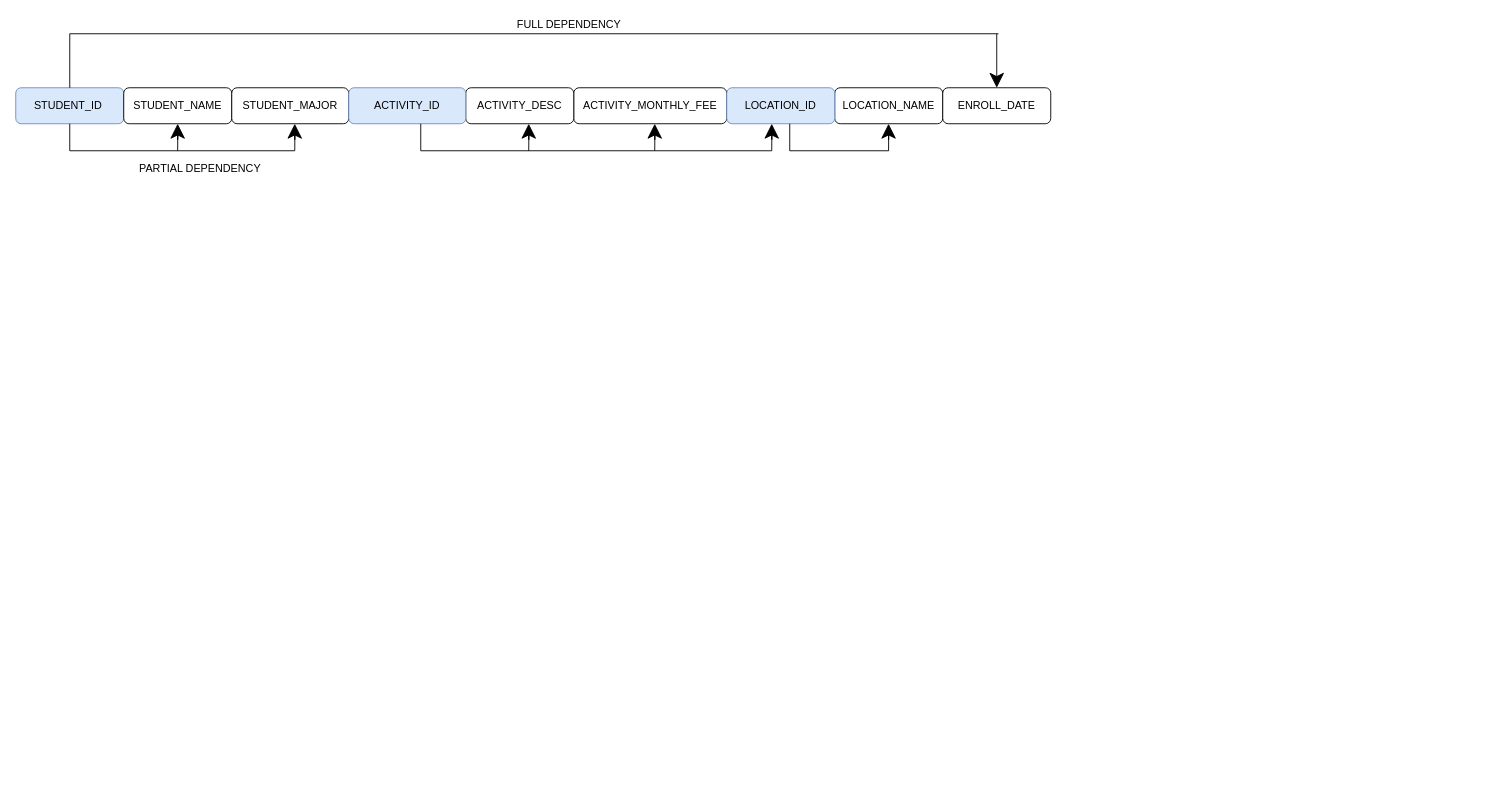
Before: Untitled Diagram.drawio in nurezzajeslin/Exercise-1, a draw.io diagram. Source tidied: cells renumbered, new cells numbered last; positions are measured from the earlier drawing's top-left corner, leaving out a move shared by most shapes. Both pictures are drawn from the tidied source at 90%, with x=0, y=0 at pixel (15, 15).
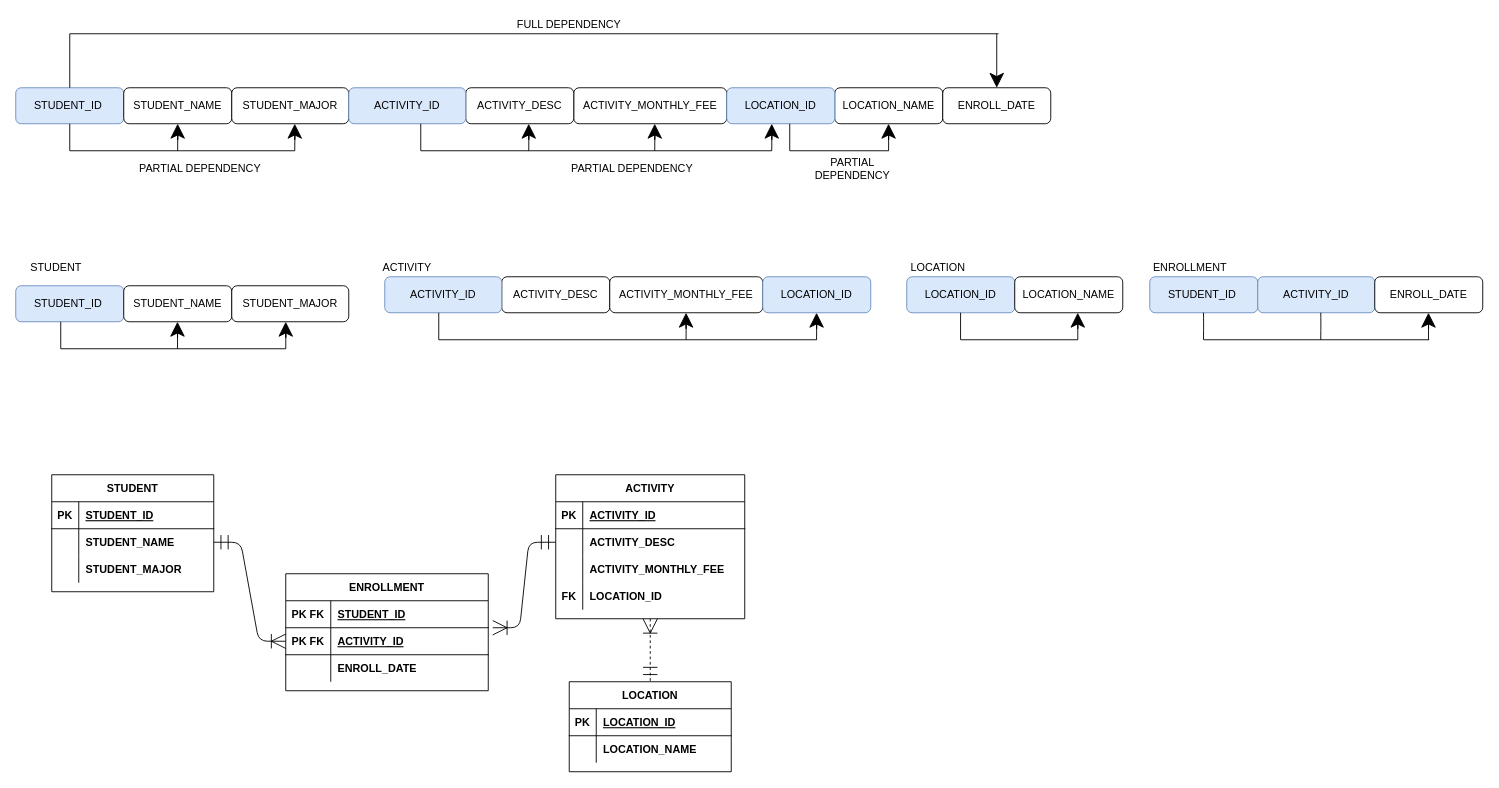
Above is the later version.

Diff of the diagram source:
```diff
@@
+    <mxCell id="28" value="PARTIAL DEPENDENCY" style="text;html=1;strokeColor=none;fillColor=none;align=center;verticalAlign=middle;whiteSpace=wrap;rounded=0;hachureGap=4;" parent="1" vertex="1">
+      <mxGeometry x="610" y="160" width="150" height="20" as="geometry" />
+    </mxCell>
+    <mxCell id="29" value="PARTIAL DEPENDENCY" style="text;html=1;strokeColor=none;fillColor=none;align=center;verticalAlign=middle;whiteSpace=wrap;rounded=0;hachureGap=4;" parent="1" vertex="1">
+      <mxGeometry x="870" y="160" width="120" height="20" as="geometry" />
+    </mxCell>
+    <mxCell id="30" value="STUDENT_ID&lt;span style=&quot;white-space: pre&quot;&gt; &lt;/span&gt;" style="rounded=1;whiteSpace=wrap;html=1;hachureGap=4;fillColor=#dae8fc;strokeColor=#6c8ebf;" parent="1" vertex="1">
+      <mxGeometry y="300" width="120" height="40" as="geometry" />
+    </mxCell>
+    <mxCell id="31" value="STUDENT_NAME" style="rounded=1;whiteSpace=wrap;html=1;hachureGap=4;" parent="1" vertex="1">
+      <mxGeometry x="120" y="300" width="120" height="40" as="geometry" />
+    </mxCell>
+    <mxCell id="32" value="STUDENT_MAJOR" style="rounded=1;whiteSpace=wrap;html=1;hachureGap=4;" parent="1" vertex="1">
+      <mxGeometry x="240" y="300" width="130" height="40" as="geometry" />
+    </mxCell>
+    <mxCell id="33" value="STUDENT" style="text;html=1;strokeColor=none;fillColor=none;align=center;verticalAlign=middle;whiteSpace=wrap;rounded=0;hachureGap=4;" parent="1" vertex="1">
+      <mxGeometry x="10" y="270" width="70" height="20" as="geometry" />
+    </mxCell>
+    <mxCell id="34" style="endArrow=none;html=1;startSize=14;endSize=14;sourcePerimeterSpacing=8;targetPerimeterSpacing=8;" parent="1" edge="1">
+      <mxGeometry relative="1" as="geometry">
+        <mxPoint x="50" y="370" as="sourcePoint" />
+        <mxPoint x="50" y="340" as="targetPoint" />
+      </mxGeometry>
+    </mxCell>
+    <mxCell id="35" style="endArrow=none;html=1;startSize=14;endSize=14;sourcePerimeterSpacing=8;targetPerimeterSpacing=8;" parent="1" edge="1">
+      <mxGeometry relative="1" as="geometry">
+        <mxPoint x="50" y="370" as="sourcePoint" />
+        <mxPoint x="300" y="370" as="targetPoint" />
+      </mxGeometry>
+    </mxCell>
+    <mxCell id="36" style="endArrow=classic;html=1;startSize=14;endSize=14;sourcePerimeterSpacing=8;targetPerimeterSpacing=8;" parent="1" edge="1">
+      <mxGeometry relative="1" as="geometry">
+        <mxPoint x="179.7" y="370" as="sourcePoint" />
+        <mxPoint x="179.7" y="340" as="targetPoint" />
+        <Array as="points">
+          <mxPoint x="179.9" y="340" />
+          <mxPoint x="179.7" y="360" />
+        </Array>
+      </mxGeometry>
+    </mxCell>
+    <mxCell id="37" style="endArrow=classic;html=1;startSize=14;endSize=14;sourcePerimeterSpacing=8;targetPerimeterSpacing=8;" parent="1" edge="1">
+      <mxGeometry relative="1" as="geometry">
+        <mxPoint x="300" y="370" as="sourcePoint" />
+        <mxPoint x="300" y="340" as="targetPoint" />
+        <Array as="points">
+          <mxPoint x="300.2" y="340" />
+          <mxPoint x="300" y="360" />
+        </Array>
+      </mxGeometry>
+    </mxCell>
+    <mxCell id="38" value="ACTIVITY" style="text;html=1;strokeColor=none;fillColor=none;align=center;verticalAlign=middle;whiteSpace=wrap;rounded=0;hachureGap=4;" parent="1" vertex="1">
+      <mxGeometry x="400" y="270" width="70" height="20" as="geometry" />
+    </mxCell>
+    <mxCell id="39" value="ACTIVITY_DESC" style="rounded=1;whiteSpace=wrap;html=1;hachureGap=4;" parent="1" vertex="1">
+      <mxGeometry x="540" y="290" width="120" height="40" as="geometry" />
+    </mxCell>
+    <mxCell id="40" value="ACTIVITY_ID" style="rounded=1;whiteSpace=wrap;html=1;hachureGap=4;fillColor=#dae8fc;strokeColor=#6c8ebf;" parent="1" vertex="1">
+      <mxGeometry x="410" y="290" width="130" height="40" as="geometry" />
+    </mxCell>
+    <mxCell id="41" value="ACTIVITY_MONTHLY_FEE" style="rounded=1;whiteSpace=wrap;html=1;hachureGap=4;" parent="1" vertex="1">
+      <mxGeometry x="660" y="290" width="170" height="40" as="geometry" />
+    </mxCell>
+    <mxCell id="42" value="LOCATION_ID" style="rounded=1;whiteSpace=wrap;html=1;hachureGap=4;fillColor=#dae8fc;strokeColor=#6c8ebf;" parent="1" vertex="1">
+      <mxGeometry x="830" y="290" width="120" height="40" as="geometry" />
+    </mxCell>
+    <mxCell id="43" style="endArrow=none;html=1;startSize=14;endSize=14;sourcePerimeterSpacing=8;targetPerimeterSpacing=8;" parent="1" edge="1">
+      <mxGeometry relative="1" as="geometry">
+        <mxPoint x="470" y="360" as="sourcePoint" />
+        <mxPoint x="470" y="330" as="targetPoint" />
+      </mxGeometry>
+    </mxCell>
+    <mxCell id="44" style="endArrow=none;html=1;startSize=14;endSize=14;sourcePerimeterSpacing=8;targetPerimeterSpacing=8;" parent="1" edge="1">
+      <mxGeometry relative="1" as="geometry">
+        <mxPoint x="470" y="360" as="sourcePoint" />
+        <mxPoint x="890" y="360" as="targetPoint" />
+      </mxGeometry>
+    </mxCell>
+    <mxCell id="45" style="endArrow=classic;html=1;startSize=14;endSize=14;sourcePerimeterSpacing=8;targetPerimeterSpacing=8;" parent="1" edge="1">
+      <mxGeometry relative="1" as="geometry">
+        <mxPoint x="744.8" y="360" as="sourcePoint" />
+        <mxPoint x="744.8" y="330" as="targetPoint" />
+        <Array as="points">
+          <mxPoint x="745" y="330" />
+          <mxPoint x="744.8" y="350" />
+        </Array>
+      </mxGeometry>
+    </mxCell>
+    <mxCell id="46" style="endArrow=classic;html=1;startSize=14;endSize=14;sourcePerimeterSpacing=8;targetPerimeterSpacing=8;" parent="1" edge="1">
+      <mxGeometry relative="1" as="geometry">
+        <mxPoint x="889.8" y="360" as="sourcePoint" />
+        <mxPoint x="889.8" y="330" as="targetPoint" />
+        <Array as="points">
+          <mxPoint x="890" y="330" />
+          <mxPoint x="889.8" y="350" />
+        </Array>
+      </mxGeometry>
+    </mxCell>
+    <mxCell id="47" value="LOCATION" style="text;html=1;strokeColor=none;fillColor=none;align=center;verticalAlign=middle;whiteSpace=wrap;rounded=0;hachureGap=4;" parent="1" vertex="1">
+      <mxGeometry x="990" y="270" width="70" height="20" as="geometry" />
+    </mxCell>
+    <mxCell id="48" value="LOCATION_ID" style="rounded=1;whiteSpace=wrap;html=1;hachureGap=4;fillColor=#dae8fc;strokeColor=#6c8ebf;" parent="1" vertex="1">
+      <mxGeometry x="990" y="290" width="120" height="40" as="geometry" />
+    </mxCell>
+    <mxCell id="49" value="LOCATION_NAME" style="rounded=1;whiteSpace=wrap;html=1;hachureGap=4;" parent="1" vertex="1">
+      <mxGeometry x="1110" y="290" width="120" height="40" as="geometry" />
+    </mxCell>
+    <mxCell id="50" style="endArrow=none;html=1;startSize=14;endSize=14;sourcePerimeterSpacing=8;targetPerimeterSpacing=8;" parent="1" edge="1">
+      <mxGeometry relative="1" as="geometry">
+        <mxPoint x="1049.8" y="360" as="sourcePoint" />
+        <mxPoint x="1049.8" y="330" as="targetPoint" />
+      </mxGeometry>
+    </mxCell>
+    <mxCell id="51" style="endArrow=none;html=1;startSize=14;endSize=14;sourcePerimeterSpacing=8;targetPerimeterSpacing=8;" parent="1" edge="1">
+      <mxGeometry relative="1" as="geometry">
+        <mxPoint x="1050" y="360" as="sourcePoint" />
+        <mxPoint x="1180" y="360" as="targetPoint" />
+      </mxGeometry>
+    </mxCell>
+    <mxCell id="52" style="endArrow=classic;html=1;startSize=14;endSize=14;sourcePerimeterSpacing=8;targetPerimeterSpacing=8;" parent="1" edge="1">
+      <mxGeometry relative="1" as="geometry">
+        <mxPoint x="1180" y="360" as="sourcePoint" />
+        <mxPoint x="1180" y="330" as="targetPoint" />
+        <Array as="points">
+          <mxPoint x="1180.2" y="330" />
+          <mxPoint x="1180" y="350" />
+        </Array>
+      </mxGeometry>
+    </mxCell>
+    <mxCell id="53" value="ENROLLMENT" style="text;html=1;strokeColor=none;fillColor=none;align=center;verticalAlign=middle;whiteSpace=wrap;rounded=0;hachureGap=4;" parent="1" vertex="1">
+      <mxGeometry x="1270" y="270" width="70" height="20" as="geometry" />
+    </mxCell>
+    <mxCell id="54" value="STUDENT_ID&lt;span style=&quot;white-space: pre&quot;&gt; &lt;/span&gt;" style="rounded=1;whiteSpace=wrap;html=1;hachureGap=4;fillColor=#dae8fc;strokeColor=#6c8ebf;" parent="1" vertex="1">
+      <mxGeometry x="1260" y="290" width="120" height="40" as="geometry" />
+    </mxCell>
+    <mxCell id="55" value="ACTIVITY_ID" style="rounded=1;whiteSpace=wrap;html=1;hachureGap=4;fillColor=#dae8fc;strokeColor=#6c8ebf;" parent="1" vertex="1">
+      <mxGeometry x="1380" y="290" width="130" height="40" as="geometry" />
+    </mxCell>
+    <mxCell id="56" value="ENROLL_DATE" style="rounded=1;whiteSpace=wrap;html=1;hachureGap=4;" parent="1" vertex="1">
+      <mxGeometry x="1510" y="290" width="120" height="40" as="geometry" />
+    </mxCell>
+    <mxCell id="57" style="endArrow=none;html=1;startSize=14;endSize=14;sourcePerimeterSpacing=8;targetPerimeterSpacing=8;" parent="1" edge="1">
+      <mxGeometry relative="1" as="geometry">
+        <mxPoint x="1319.7" y="360" as="sourcePoint" />
+        <mxPoint x="1319.7" y="330" as="targetPoint" />
+        <Array as="points">
+          <mxPoint x="1319.9" y="340" />
+        </Array>
+      </mxGeometry>
+    </mxCell>
+    <mxCell id="58" style="endArrow=none;html=1;startSize=14;endSize=14;sourcePerimeterSpacing=8;targetPerimeterSpacing=8;" parent="1" edge="1">
+      <mxGeometry relative="1" as="geometry">
+        <mxPoint x="1450" y="360" as="sourcePoint" />
+        <mxPoint x="1450" y="330" as="targetPoint" />
+        <Array as="points">
+          <mxPoint x="1450.2" y="340" />
+        </Array>
+      </mxGeometry>
+    </mxCell>
+    <mxCell id="59" style="endArrow=classic;html=1;startSize=14;endSize=14;sourcePerimeterSpacing=8;targetPerimeterSpacing=8;" parent="1" edge="1">
+      <mxGeometry relative="1" as="geometry">
+        <mxPoint x="1569.7" y="360" as="sourcePoint" />
+        <mxPoint x="1569.7" y="330" as="targetPoint" />
+        <Array as="points">
+          <mxPoint x="1569.9" y="330" />
+          <mxPoint x="1569.7" y="350" />
+        </Array>
+      </mxGeometry>
+    </mxCell>
+    <mxCell id="60" style="endArrow=none;html=1;startSize=14;endSize=14;sourcePerimeterSpacing=8;targetPerimeterSpacing=8;" parent="1" edge="1">
+      <mxGeometry relative="1" as="geometry">
+        <mxPoint x="1320" y="360" as="sourcePoint" />
+        <mxPoint x="1570.5" y="360" as="targetPoint" />
+      </mxGeometry>
+    </mxCell>
+    <mxCell id="61" value="STUDENT" style="shape=table;startSize=30;childLayout=tableLayout;rowLines=0;fontStyle=1;align=center;hachureGap=4;" parent="1" vertex="1">
+      <mxGeometry x="40" y="510" width="180" height="130" as="geometry" />
+    </mxCell>
+    <mxCell id="62" style="shape=partialRectangle;fillColor=none;top=0;left=0;bottom=1;right=0;" parent="61" vertex="1">
+      <mxGeometry y="30" width="180" height="30" as="geometry" />
+    </mxCell>
+    <mxCell id="63" value="PK" style="shape=partialRectangle;fillColor=none;top=0;left=0;bottom=0;right=0;fontStyle=1;overflow=hidden;" parent="62" vertex="1">
+      <mxGeometry width="30" height="30" as="geometry" />
+    </mxCell>
+    <mxCell id="64" value="STUDENT_ID" style="shape=partialRectangle;fillColor=none;top=0;left=0;bottom=0;right=0;align=left;spacingLeft=6;fontStyle=5;overflow=hidden;" parent="62" vertex="1">
+      <mxGeometry x="30" width="150" height="30" as="geometry" />
+    </mxCell>
+    <mxCell id="65" style="shape=partialRectangle;fillColor=none;top=0;left=0;bottom=0;right=0;points=[[0,0.5],[1,0.5]];portConstraint=eastwest;" parent="61" vertex="1">
+      <mxGeometry y="60" width="180" height="30" as="geometry" />
+    </mxCell>
+    <mxCell id="66" style="shape=partialRectangle;fillColor=none;top=0;left=0;bottom=0;right=0;overflow=hidden;" parent="65" vertex="1">
+      <mxGeometry width="30" height="30" as="geometry" />
+    </mxCell>
+    <mxCell id="67" value="STUDENT_NAME" style="shape=partialRectangle;fillColor=none;top=0;left=0;bottom=0;right=0;align=left;spacingLeft=6;overflow=hidden;fontStyle=1;" parent="65" vertex="1">
+      <mxGeometry x="30" width="150" height="30" as="geometry" />
+    </mxCell>
+    <mxCell id="68" style="shape=partialRectangle;fillColor=none;top=0;left=0;bottom=0;right=0;" parent="61" vertex="1">
+      <mxGeometry y="90" width="180" height="30" as="geometry" />
+    </mxCell>
+    <mxCell id="69" style="shape=partialRectangle;fillColor=none;top=0;left=0;bottom=0;right=0;overflow=hidden;" parent="68" vertex="1">
+      <mxGeometry width="30" height="30" as="geometry" />
+    </mxCell>
+    <mxCell id="70" value="STUDENT_MAJOR" style="shape=partialRectangle;fillColor=none;top=0;left=0;bottom=0;right=0;align=left;spacingLeft=6;overflow=hidden;fontStyle=1;" parent="68" vertex="1">
+      <mxGeometry x="30" width="150" height="30" as="geometry" />
+    </mxCell>
+    <mxCell id="71" value="ENROLLMENT" style="shape=table;startSize=30;childLayout=tableLayout;rowLines=0;fontStyle=1;align=center;hachureGap=4;" parent="1" vertex="1">
+      <mxGeometry x="300" y="620" width="225" height="130" as="geometry" />
+    </mxCell>
+    <mxCell id="72" style="shape=partialRectangle;fillColor=none;top=0;left=0;bottom=1;right=0;" parent="71" vertex="1">
+      <mxGeometry y="30" width="225" height="30" as="geometry" />
+    </mxCell>
+    <mxCell id="73" value="PK FK" style="shape=partialRectangle;fillColor=none;top=0;left=0;bottom=0;right=0;fontStyle=1;overflow=hidden;" parent="72" vertex="1">
+      <mxGeometry width="50" height="30" as="geometry" />
+    </mxCell>
+    <mxCell id="74" value="STUDENT_ID" style="shape=partialRectangle;fillColor=none;top=0;left=0;bottom=0;right=0;align=left;spacingLeft=6;fontStyle=5;overflow=hidden;" parent="72" vertex="1">
+      <mxGeometry x="50" width="175" height="30" as="geometry" />
+    </mxCell>
+    <mxCell id="75" style="shape=partialRectangle;fillColor=none;top=0;left=0;bottom=1;right=0;points=[[0,0.5],[1,0.5]];portConstraint=eastwest;hachureGap=4;" parent="71" vertex="1">
+      <mxGeometry y="60" width="225" height="30" as="geometry" />
+    </mxCell>
+    <mxCell id="76" value="PK FK" style="shape=partialRectangle;fillColor=none;top=0;left=0;bottom=0;right=0;fontStyle=1;overflow=hidden;" parent="75" vertex="1">
+      <mxGeometry width="50" height="30" as="geometry" />
+    </mxCell>
+    <mxCell id="77" value="ACTIVITY_ID" style="shape=partialRectangle;fillColor=none;top=0;left=0;bottom=0;right=0;align=left;spacingLeft=6;fontStyle=5;overflow=hidden;" parent="75" vertex="1">
+      <mxGeometry x="50" width="175" height="30" as="geometry" />
+    </mxCell>
+    <mxCell id="78" style="shape=partialRectangle;fillColor=none;top=0;left=0;bottom=0;right=0;fontStyle=1;" parent="71" vertex="1">
+      <mxGeometry y="90" width="225" height="30" as="geometry" />
+    </mxCell>
+    <mxCell id="79" style="shape=partialRectangle;fillColor=none;top=0;left=0;bottom=0;right=0;overflow=hidden;" parent="78" vertex="1">
+      <mxGeometry width="50" height="30" as="geometry" />
+    </mxCell>
+    <mxCell id="80" value="ENROLL_DATE" style="shape=partialRectangle;fillColor=none;top=0;left=0;bottom=0;right=0;align=left;spacingLeft=6;overflow=hidden;fontStyle=1;" parent="78" vertex="1">
+      <mxGeometry x="50" width="175" height="30" as="geometry" />
+    </mxCell>
+    <mxCell id="81" value="ACTIVITY" style="shape=table;startSize=30;childLayout=tableLayout;rowLines=0;fontStyle=1;align=center;hachureGap=4;" parent="1" vertex="1">
+      <mxGeometry x="600" y="510" width="210" height="160" as="geometry" />
+    </mxCell>
+    <mxCell id="82" style="shape=partialRectangle;fillColor=none;top=0;left=0;bottom=1;right=0;" parent="81" vertex="1">
+      <mxGeometry y="30" width="210" height="30" as="geometry" />
+    </mxCell>
+    <mxCell id="83" value="PK" style="shape=partialRectangle;fillColor=none;top=0;left=0;bottom=0;right=0;fontStyle=1;overflow=hidden;" parent="82" vertex="1">
+      <mxGeometry width="30" height="30" as="geometry" />
+    </mxCell>
+    <mxCell id="84" value="ACTIVITY_ID" style="shape=partialRectangle;fillColor=none;top=0;left=0;bottom=0;right=0;align=left;spacingLeft=6;fontStyle=5;overflow=hidden;" parent="82" vertex="1">
+      <mxGeometry x="30" width="180" height="30" as="geometry" />
+    </mxCell>
+    <mxCell id="85" style="shape=partialRectangle;fillColor=none;top=0;left=0;bottom=0;right=0;points=[[0,0.5],[1,0.5]];portConstraint=eastwest;" parent="81" vertex="1">
+      <mxGeometry y="60" width="210" height="30" as="geometry" />
+    </mxCell>
+    <mxCell id="86" style="shape=partialRectangle;fillColor=none;top=0;left=0;bottom=0;right=0;overflow=hidden;" parent="85" vertex="1">
+      <mxGeometry width="30" height="30" as="geometry" />
+    </mxCell>
+    <mxCell id="87" value="ACTIVITY_DESC" style="shape=partialRectangle;fillColor=none;top=0;left=0;bottom=0;right=0;align=left;spacingLeft=6;overflow=hidden;fontStyle=1;" parent="85" vertex="1">
+      <mxGeometry x="30" width="180" height="30" as="geometry" />
+    </mxCell>
+    <mxCell id="88" style="shape=partialRectangle;fillColor=none;top=0;left=0;bottom=0;right=0;" parent="81" vertex="1">
+      <mxGeometry y="90" width="210" height="30" as="geometry" />
+    </mxCell>
+    <mxCell id="89" style="shape=partialRectangle;fillColor=none;top=0;left=0;bottom=0;right=0;overflow=hidden;" parent="88" vertex="1">
+      <mxGeometry width="30" height="30" as="geometry" />
+    </mxCell>
+    <mxCell id="90" value="ACTIVITY_MONTHLY_FEE" style="shape=partialRectangle;fillColor=none;top=0;left=0;bottom=0;right=0;align=left;spacingLeft=6;overflow=hidden;fontStyle=1;" parent="88" vertex="1">
+      <mxGeometry x="30" width="180" height="30" as="geometry" />
+    </mxCell>
+    <mxCell id="91" style="shape=partialRectangle;fillColor=none;top=0;left=0;bottom=0;right=0;hachureGap=4;" parent="81" vertex="1">
+      <mxGeometry y="120" width="210" height="30" as="geometry" />
+    </mxCell>
+    <mxCell id="92" value="FK" style="shape=partialRectangle;fillColor=none;top=0;left=0;bottom=0;right=0;fontStyle=1;overflow=hidden;" parent="91" vertex="1">
+      <mxGeometry width="30" height="30" as="geometry" />
+    </mxCell>
+    <mxCell id="93" value="LOCATION_ID" style="shape=partialRectangle;fillColor=none;top=0;left=0;bottom=0;right=0;align=left;spacingLeft=6;fontStyle=1;overflow=hidden;" parent="91" vertex="1">
+      <mxGeometry x="30" width="180" height="30" as="geometry" />
+    </mxCell>
+    <mxCell id="94" value="LOCATION" style="shape=table;startSize=30;childLayout=tableLayout;rowLines=0;fontStyle=1;align=center;hachureGap=4;" parent="1" vertex="1">
+      <mxGeometry x="615" y="740" width="180" height="100" as="geometry" />
+    </mxCell>
+    <mxCell id="95" style="shape=partialRectangle;fillColor=none;top=0;left=0;bottom=1;right=0;" parent="94" vertex="1">
+      <mxGeometry y="30" width="180" height="30" as="geometry" />
+    </mxCell>
+    <mxCell id="96" value="PK" style="shape=partialRectangle;fillColor=none;top=0;left=0;bottom=0;right=0;fontStyle=1;overflow=hidden;" parent="95" vertex="1">
+      <mxGeometry width="30" height="30" as="geometry" />
+    </mxCell>
+    <mxCell id="97" value="LOCATION_ID" style="shape=partialRectangle;fillColor=none;top=0;left=0;bottom=0;right=0;align=left;spacingLeft=6;fontStyle=5;overflow=hidden;" parent="95" vertex="1">
+      <mxGeometry x="30" width="150" height="30" as="geometry" />
+    </mxCell>
+    <mxCell id="98" style="shape=partialRectangle;fillColor=none;top=0;left=0;bottom=0;right=0;" parent="94" vertex="1">
+      <mxGeometry y="60" width="180" height="30" as="geometry" />
+    </mxCell>
+    <mxCell id="99" style="shape=partialRectangle;fillColor=none;top=0;left=0;bottom=0;right=0;overflow=hidden;" parent="98" vertex="1">
+      <mxGeometry width="30" height="30" as="geometry" />
+    </mxCell>
+    <mxCell id="100" value="LOCATION_NAME" style="shape=partialRectangle;fillColor=none;top=0;left=0;bottom=0;right=0;align=left;spacingLeft=6;overflow=hidden;fontStyle=1;" parent="98" vertex="1">
+      <mxGeometry x="30" width="150" height="30" as="geometry" />
+    </mxCell>
+    <mxCell id="101" style="edgeStyle=entityRelationEdgeStyle;fontSize=12;html=1;endArrow=ERoneToMany;endFill=0;startSize=14;endSize=14;sourcePerimeterSpacing=8;targetPerimeterSpacing=8;exitX=1;exitY=0.5;exitDx=0;exitDy=0;entryX=0;entryY=0.5;entryDx=0;entryDy=0;startArrow=ERmandOne;startFill=0;" parent="1" edge="1" source="65" target="75">
+      <mxGeometry relative="1" as="geometry" />
+    </mxCell>
+    <mxCell id="102" style="edgeStyle=entityRelationEdgeStyle;fontSize=12;html=1;endArrow=ERmandOne;endFill=0;startSize=14;endSize=14;sourcePerimeterSpacing=8;targetPerimeterSpacing=8;entryX=0;entryY=0.5;entryDx=0;entryDy=0;exitX=1.022;exitY=0;exitDx=0;exitDy=0;exitPerimeter=0;startArrow=ERoneToMany;startFill=0;" parent="1" edge="1" source="75" target="85">
+      <mxGeometry relative="1" as="geometry" />
+    </mxCell>
+    <mxCell id="103" style="endArrow=ERmandOne;html=1;rounded=0;startSize=14;endSize=14;sourcePerimeterSpacing=8;targetPerimeterSpacing=8;entryX=0.5;entryY=0;entryDx=0;entryDy=0;exitX=0.5;exitY=1;exitDx=0;exitDy=0;dashed=1;startArrow=ERoneToMany;startFill=0;endFill=0;" parent="1" edge="1" source="81" target="94">
+      <mxGeometry relative="1" as="geometry" />
+    </mxCell>
```
